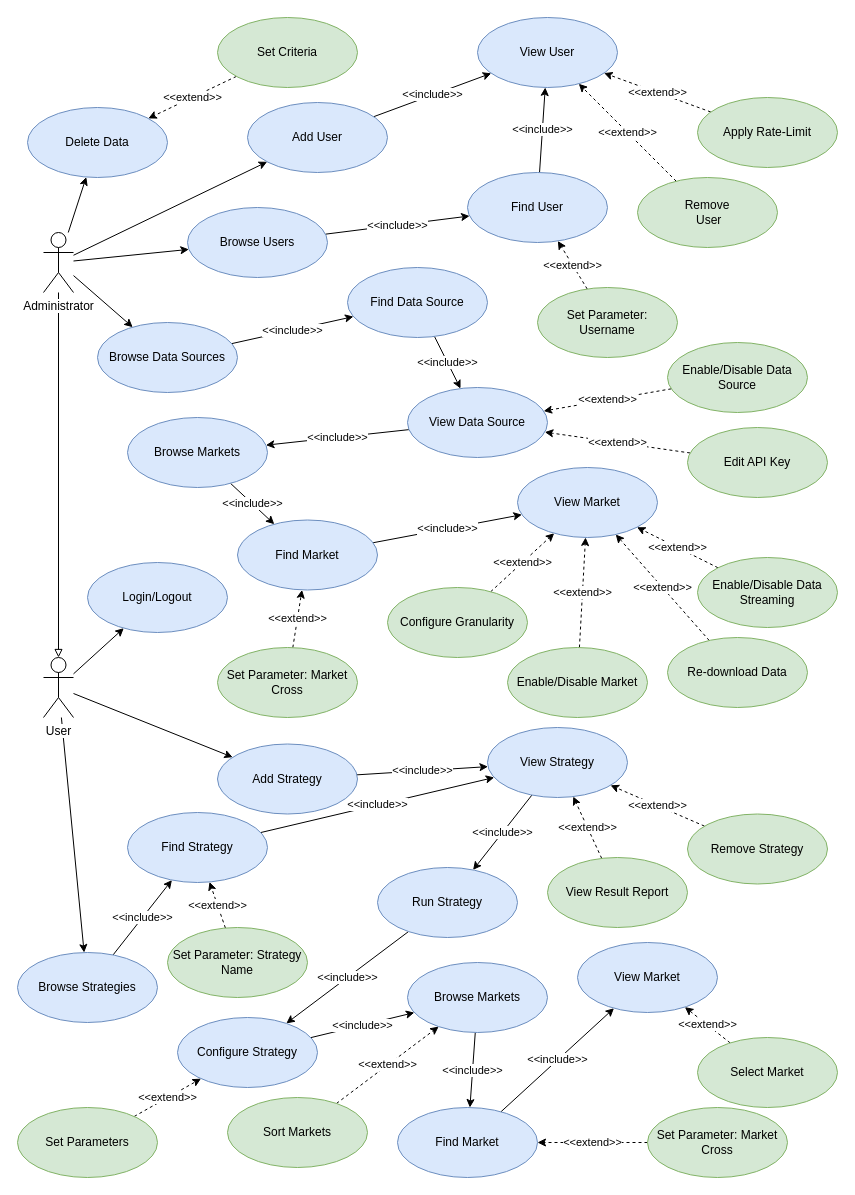
nferrante1/lsmsd2 keeps this draw.io diagram as drawio/usecases.drawio. Above is the earlier version. Source tidied: cells renumbered, new cells numbered last; positions are measured from the earlier drawing's top-left corner, leaving out a move shared by most shapes. Both pictures are drawn from the tidied source at 100%, with x=0, y=0 at pixel (17, 17).
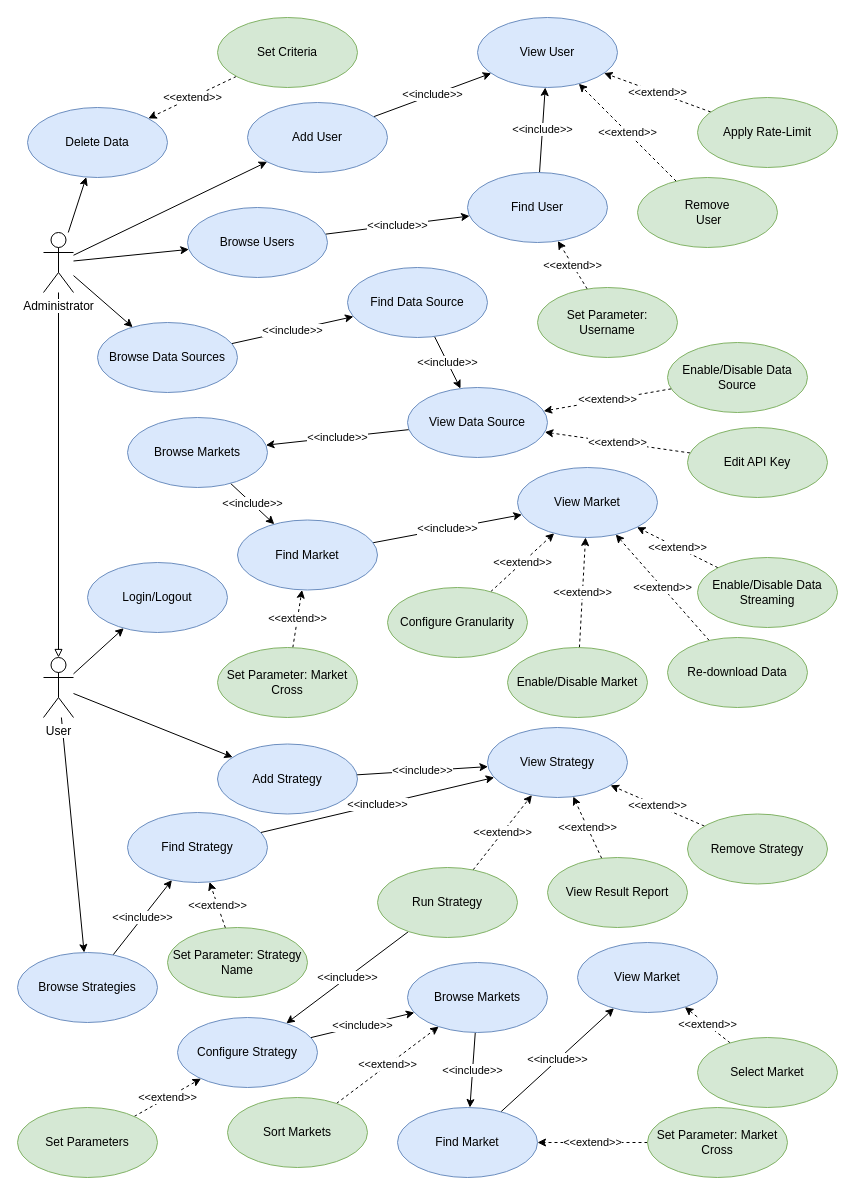
The same page after the edit.

Commit message:
Make Run Strategy extending

The change refers to these unchanged cells:
```xml
<mxCell id="57" value="View Strategy" style="ellipse;whiteSpace=wrap;html=1;fillColor=#dae8fc;strokeColor=#6c8ebf;" parent="1" vertex="1">
  <mxGeometry x="470" y="710" width="140" height="70" as="geometry" />
</mxCell>
```

The edit, as a diff of the source:
```diff
@@
-    <mxCell id="56" value="&amp;lt;&amp;lt;include&amp;gt;&amp;gt;" style="edgeStyle=none;rounded=0;jettySize=auto;html=1;startArrow=none;startFill=0;" parent="1" edge="1" source="57" target="65">
-      <mxGeometry relative="1" as="geometry" />
-    </mxCell>
@@
+    <mxCell id="85" value="&amp;lt;&amp;lt;extend&amp;gt;&amp;gt;" style="edgeStyle=none;rounded=0;jettySize=auto;html=1;dashed=1;startArrow=none;startFill=0;" parent="1" edge="1" source="65" target="57">
+      <mxGeometry relative="1" as="geometry" />
+    </mxCell>
-    <mxCell id="65" value="Run Strategy" style="ellipse;whiteSpace=wrap;html=1;fillColor=#dae8fc;strokeColor=#6c8ebf;" parent="1" vertex="1">
+    <mxCell id="65" value="Run Strategy" style="ellipse;whiteSpace=wrap;html=1;fillColor=#d5e8d4;strokeColor=#82b366;" parent="1" vertex="1">
       <mxGeometry x="360" y="850" width="140" height="70" as="geometry" />
     </mxCell>
```
